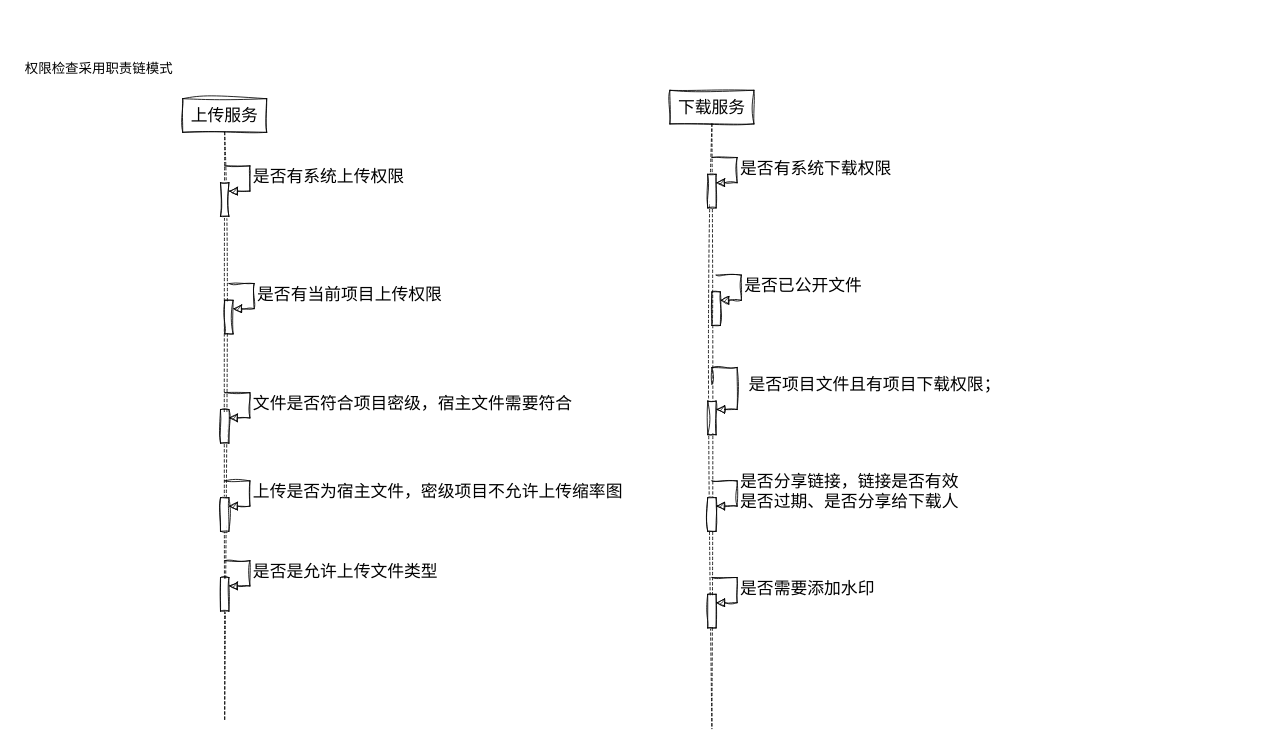
Earlier version of the draw.io diagram page "权限检查" (4 of 7) of 系统设计/250506_upload_download.drawio (Utihbi/pics). Source tidied: cells renumbered, new cells numbered last; positions are measured from the earlier drawing's top-left corner, leaving out a move shared by most shapes. Both pictures are drawn from the tidied source at 84%, with x=0, y=0 at pixel (14, 56).
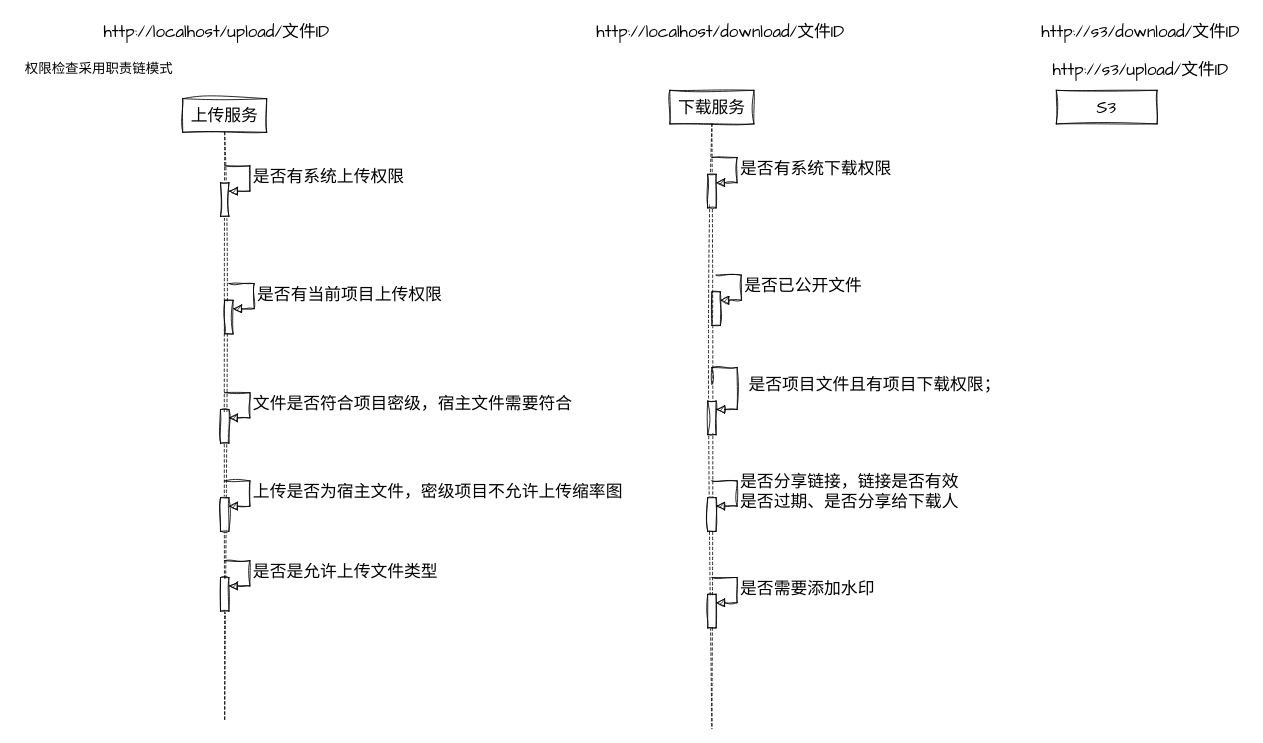
The same page after the edit.

The edit, as a diff of the source:
```diff
@@
+    <mxCell id="25" value="S3" style="rounded=0;whiteSpace=wrap;html=1;sketch=1;hachureGap=4;jiggle=2;curveFitting=1;fontFamily=Architects Daughter;fontSize=20;" parent="1" vertex="1">
+      <mxGeometry x="1240" y="40" width="120" height="40" as="geometry" />
+    </mxCell>
+    <mxCell id="26" value="http://localhost/download/文件ID" style="text;html=1;align=center;verticalAlign=middle;strokeColor=none;fillColor=none;fontFamily=Architects Daughter;fontSize=20;" parent="1" vertex="1">
+      <mxGeometry x="680" y="-50" width="320" height="40" as="geometry" />
+    </mxCell>
+    <mxCell id="27" value="http://s3/download/文件ID" style="text;html=1;align=center;verticalAlign=middle;strokeColor=none;fillColor=none;fontFamily=Architects Daughter;fontSize=20;" parent="1" vertex="1">
+      <mxGeometry x="1210" y="-50" width="260" height="40" as="geometry" />
+    </mxCell>
+    <mxCell id="28" value="http://s3/upload/文件ID" style="text;html=1;align=center;verticalAlign=middle;strokeColor=none;fillColor=none;fontFamily=Architects Daughter;fontSize=20;" parent="1" vertex="1">
+      <mxGeometry x="1225" y="-5" width="230" height="40" as="geometry" />
+    </mxCell>
+    <mxCell id="29" value="http://localhost/upload/文件ID" style="text;html=1;align=center;verticalAlign=middle;strokeColor=none;fillColor=none;fontFamily=Architects Daughter;fontSize=20;" parent="1" vertex="1">
+      <mxGeometry x="95" y="-50" width="290" height="40" as="geometry" />
+    </mxCell>
```
